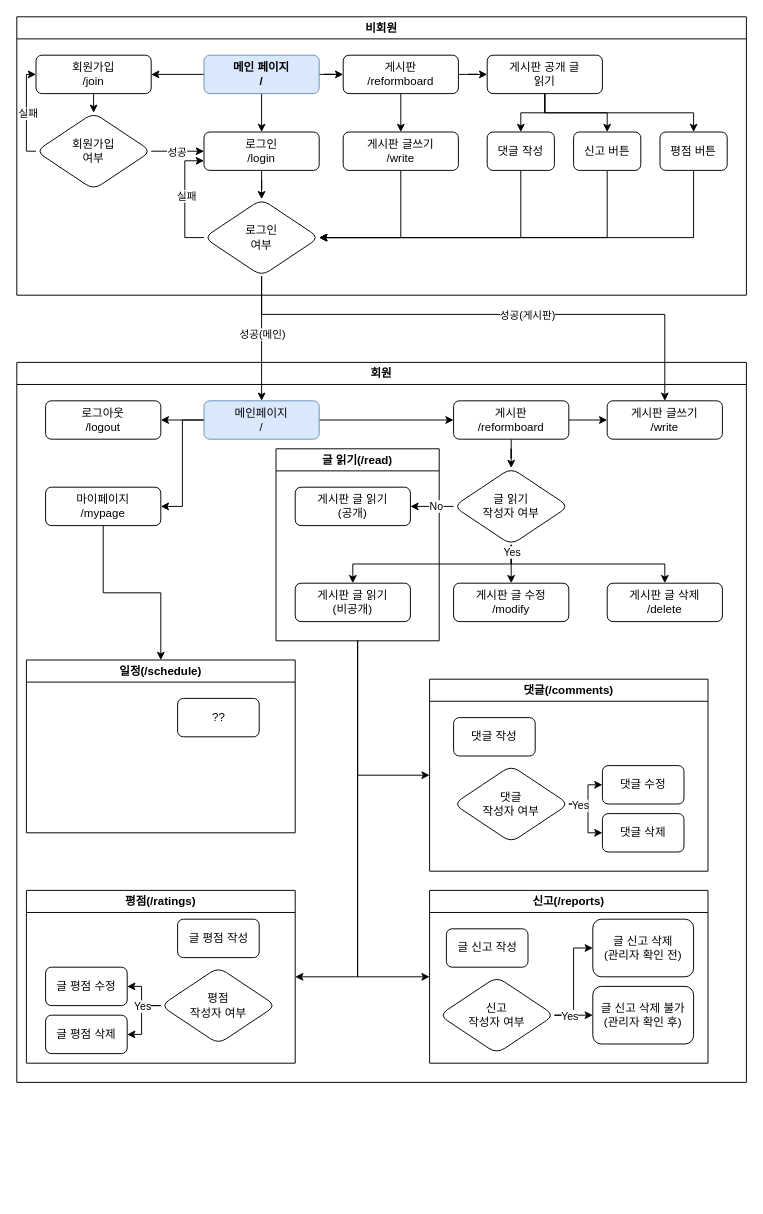
Earlier version of the draw.io diagram Diagram.drawio (SJC-s/CanReform). Source tidied: cells renumbered, new cells numbered last; positions are measured from the earlier drawing's top-left corner, leaving out a move shared by most shapes. Both pictures are drawn from the tidied source at 96%, with x=0, y=0 at pixel (16, 16).
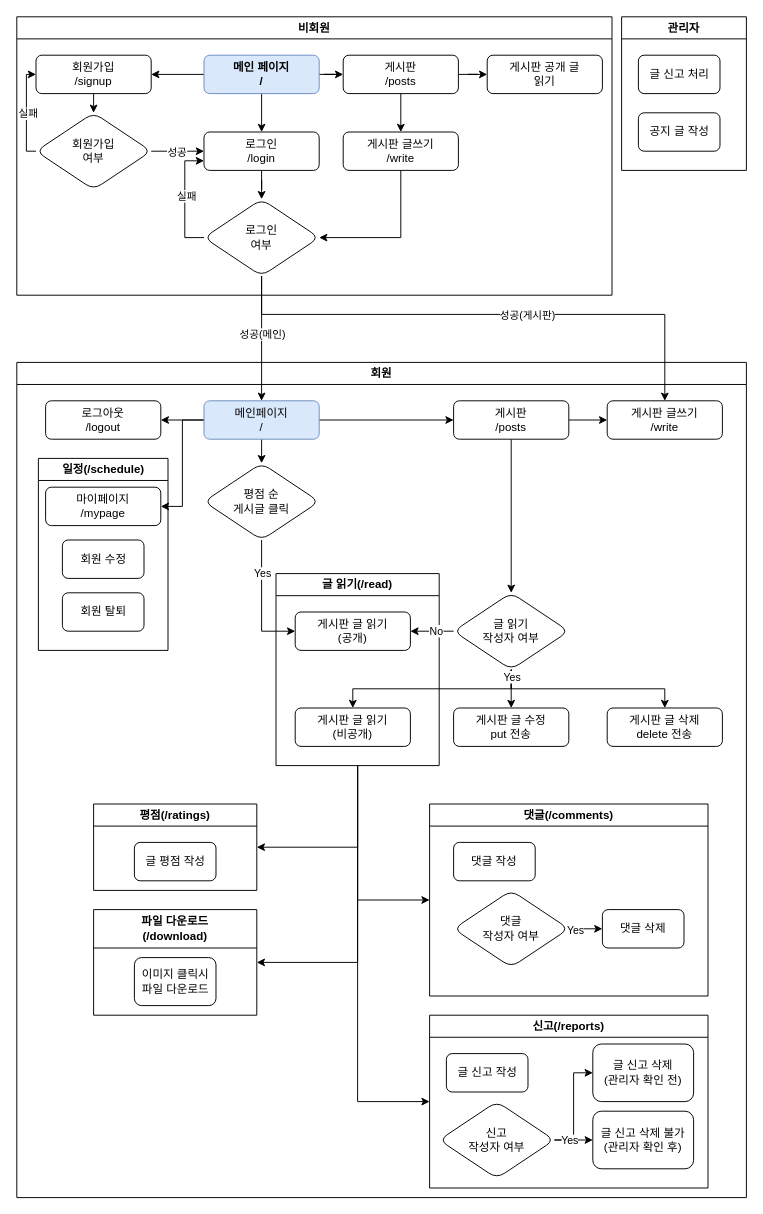
After the change.

Unchanged cells that the change refers to:
```xml
<mxCell id="12" value="로그인&lt;div&gt;여부&lt;/div&gt;" style="rhombus;whiteSpace=wrap;html=1;rounded=1;glass=0;strokeWidth=1;shadow=0;" parent="2" vertex="1">
  <mxGeometry x="195" y="190" width="120" height="80" as="geometry" />
</mxCell>
<mxCell id="27" value="게시판 공개&amp;nbsp;&lt;span style=&quot;background-color: initial;&quot;&gt;글&lt;/span&gt;&lt;div&gt;&lt;span style=&quot;background-color: initial;&quot;&gt;읽기&lt;/span&gt;&lt;/div&gt;" style="whiteSpace=wrap;html=1;rounded=1;glass=0;strokeWidth=1;shadow=0;" parent="2" vertex="1">
  <mxGeometry x="490" y="40" width="120" height="40" as="geometry" />
</mxCell>
<mxCell id="44" value="메인페이지&lt;div&gt;/&lt;/div&gt;" style="rounded=1;whiteSpace=wrap;html=1;fontSize=12;glass=0;strokeWidth=1;shadow=0;fillColor=#dae8fc;strokeColor=#6c8ebf;" parent="34" vertex="1">
  <mxGeometry x="195" y="40" width="120" height="40" as="geometry" />
</mxCell>
<mxCell id="60" value="마이페이지&lt;div&gt;/mypage&lt;/div&gt;" style="whiteSpace=wrap;html=1;rounded=1;glass=0;strokeWidth=1;shadow=0;" parent="34" vertex="1">
  <mxGeometry x="30" y="130" width="120" height="40" as="geometry" />
</mxCell>
<mxCell id="68" value="댓글&lt;div&gt;작성자 여부&lt;/div&gt;" style="rhombus;whiteSpace=wrap;html=1;rounded=1;glass=0;strokeWidth=1;shadow=0;" parent="61" vertex="1">
  <mxGeometry x="25" y="90" width="120" height="80" as="geometry" />
</mxCell>
```

What changed in the source:
```diff
@@
     <mxCell id="2" value="비회원" style="swimlane;whiteSpace=wrap;html=1;" parent="1" vertex="1">
-      <mxGeometry width="760" height="290" as="geometry" />
+      <mxGeometry width="620" height="290" as="geometry" />
     </mxCell>
@@
-    <mxCell id="9" value="게시판&lt;div&gt;/reformboard&lt;/div&gt;" style="whiteSpace=wrap;html=1;rounded=1;glass=0;strokeWidth=1;shadow=0;" parent="2" vertex="1">
+    <mxCell id="9" value="게시판&lt;div&gt;/posts&lt;/div&gt;" style="whiteSpace=wrap;html=1;rounded=1;glass=0;strokeWidth=1;shadow=0;" parent="2" vertex="1">
       <mxGeometry x="340" y="40" width="120" height="40" as="geometry" />
     </mxCell>
@@
-    <mxCell id="16" value="회원가입&lt;div&gt;/join&lt;/div&gt;" style="rounded=1;whiteSpace=wrap;html=1;fontSize=12;glass=0;strokeWidth=1;shadow=0;" parent="2" vertex="1">
+    <mxCell id="16" value="회원가입&lt;div&gt;/signup&lt;/div&gt;" style="rounded=1;whiteSpace=wrap;html=1;fontSize=12;glass=0;strokeWidth=1;shadow=0;" parent="2" vertex="1">
       <mxGeometry x="20" y="40" width="120" height="40" as="geometry" />
     </mxCell>
@@
-    <mxCell id="24" style="edgeStyle=orthogonalEdgeStyle;rounded=0;jettySize=auto;html=1;" parent="2" edge="1" source="27" target="29">
-      <mxGeometry relative="1" as="geometry" />
-    </mxCell>
-    <mxCell id="25" style="edgeStyle=orthogonalEdgeStyle;rounded=0;jettySize=auto;html=1;" parent="2" edge="1" source="27" target="31">
-      <mxGeometry relative="1" as="geometry" />
-    </mxCell>
-    <mxCell id="26" style="edgeStyle=orthogonalEdgeStyle;rounded=0;jettySize=auto;html=1;exitX=0.5;exitY=1;exitDx=0;exitDy=0;entryX=0.5;entryY=0;entryDx=0;entryDy=0;" parent="2" edge="1" source="27" target="33">
-      <mxGeometry relative="1" as="geometry" />
-    </mxCell>
@@
-    <mxCell id="28" style="edgeStyle=orthogonalEdgeStyle;rounded=0;jettySize=auto;html=1;exitX=0.5;exitY=1;exitDx=0;exitDy=0;entryX=1;entryY=0.5;entryDx=0;entryDy=0;" parent="2" edge="1" source="29" target="12">
-      <mxGeometry relative="1" as="geometry" />
-    </mxCell>
-    <mxCell id="29" value="&lt;div&gt;댓글 작성&lt;/div&gt;" style="whiteSpace=wrap;html=1;rounded=1;glass=0;strokeWidth=1;shadow=0;" parent="2" vertex="1">
-      <mxGeometry x="490" y="120" width="70" height="40" as="geometry" />
-    </mxCell>
-    <mxCell id="30" style="edgeStyle=orthogonalEdgeStyle;rounded=0;jettySize=auto;html=1;exitX=0.5;exitY=1;exitDx=0;exitDy=0;entryX=1;entryY=0.5;entryDx=0;entryDy=0;" parent="2" edge="1" source="31" target="12">
-      <mxGeometry relative="1" as="geometry" />
-    </mxCell>
-    <mxCell id="31" value="&lt;div&gt;신고 버튼&lt;/div&gt;" style="whiteSpace=wrap;html=1;rounded=1;glass=0;strokeWidth=1;shadow=0;" parent="2" vertex="1">
-      <mxGeometry x="580" y="120" width="70" height="40" as="geometry" />
-    </mxCell>
-    <mxCell id="32" style="edgeStyle=orthogonalEdgeStyle;rounded=0;jettySize=auto;html=1;exitX=0.5;exitY=1;exitDx=0;exitDy=0;entryX=1;entryY=0.5;entryDx=0;entryDy=0;" parent="2" edge="1" source="33" target="12">
-      <mxGeometry relative="1" as="geometry" />
-    </mxCell>
-    <mxCell id="33" value="평점 버튼" style="whiteSpace=wrap;html=1;rounded=1;glass=0;strokeWidth=1;shadow=0;" parent="2" vertex="1">
-      <mxGeometry x="670" y="120" width="70" height="40" as="geometry" />
-    </mxCell>
     <mxCell id="34" value="회원" style="swimlane;whiteSpace=wrap;html=1;" parent="1" vertex="1">
-      <mxGeometry y="360" width="760" height="750" as="geometry" />
+      <mxGeometry y="360" width="760" height="870" as="geometry" />
     </mxCell>
@@
+    <mxCell id="91" style="edgeStyle=orthogonalEdgeStyle;rounded=0;jettySize=auto;html=1;exitX=0.5;exitY=1;exitDx=0;exitDy=0;entryX=1;entryY=0.5;entryDx=0;entryDy=0;" parent="34" edge="1" source="38" target="93">
+      <mxGeometry relative="1" as="geometry" />
+    </mxCell>
     <mxCell id="38" value="글 읽기(/read)" style="swimlane;whiteSpace=wrap;html=1;" parent="34" vertex="1">
-      <mxGeometry x="270" y="90" width="170" height="200" as="geometry" />
+      <mxGeometry x="270" y="220" width="170" height="200" as="geometry" />
     </mxCell>
@@
+    <mxCell id="92" style="edgeStyle=orthogonalEdgeStyle;rounded=0;jettySize=auto;html=1;exitX=0.5;exitY=1;exitDx=0;exitDy=0;entryX=0.5;entryY=0;entryDx=0;entryDy=0;" parent="34" edge="1" source="44" target="96">
+      <mxGeometry relative="1" as="geometry" />
+    </mxCell>
@@
-    <mxCell id="48" value="게시판&lt;div&gt;/reformboard&lt;/div&gt;" style="whiteSpace=wrap;html=1;rounded=1;glass=0;strokeWidth=1;shadow=0;" parent="34" vertex="1">
+    <mxCell id="48" value="게시판&lt;div&gt;/posts&lt;/div&gt;" style="whiteSpace=wrap;html=1;rounded=1;glass=0;strokeWidth=1;shadow=0;" parent="34" vertex="1">
       <mxGeometry x="455" y="40" width="120" height="40" as="geometry" />
     </mxCell>
@@
     <mxCell id="54" value="글 읽기&lt;div&gt;작성자 여부&lt;/div&gt;" style="rhombus;whiteSpace=wrap;html=1;rounded=1;glass=0;strokeWidth=1;shadow=0;" parent="34" vertex="1">
-      <mxGeometry x="455" y="110" width="120" height="80" as="geometry" />
+      <mxGeometry x="455" y="240" width="120" height="80" as="geometry" />
     </mxCell>
     <mxCell id="55" value="게시판 글 읽기&lt;div&gt;(공개)&lt;/div&gt;" style="whiteSpace=wrap;html=1;rounded=1;glass=0;strokeWidth=1;shadow=0;" parent="34" vertex="1">
-      <mxGeometry x="290" y="130" width="120" height="40" as="geometry" />
+      <mxGeometry x="290" y="260" width="120" height="40" as="geometry" />
     </mxCell>
     <mxCell id="56" value="게시판 글 읽기&lt;div&gt;(비공개)&lt;/div&gt;" style="whiteSpace=wrap;html=1;rounded=1;glass=0;strokeWidth=1;shadow=0;" parent="34" vertex="1">
-      <mxGeometry x="290" y="230" width="120" height="40" as="geometry" />
+      <mxGeometry x="290" y="360" width="120" height="40" as="geometry" />
     </mxCell>
-    <mxCell id="57" value="게시판 글 수정&lt;div&gt;/modify&lt;/div&gt;" style="whiteSpace=wrap;html=1;rounded=1;glass=0;strokeWidth=1;shadow=0;" parent="34" vertex="1">
-      <mxGeometry x="455" y="230" width="120" height="40" as="geometry" />
+    <mxCell id="57" value="게시판 글 수정&lt;div&gt;put 전송&lt;/div&gt;" style="whiteSpace=wrap;html=1;rounded=1;glass=0;strokeWidth=1;shadow=0;" parent="34" vertex="1">
+      <mxGeometry x="455" y="360" width="120" height="40" as="geometry" />
     </mxCell>
-    <mxCell id="58" value="게시판 글 삭제&lt;div&gt;/delete&lt;/div&gt;" style="whiteSpace=wrap;html=1;rounded=1;glass=0;strokeWidth=1;shadow=0;" parent="34" vertex="1">
-      <mxGeometry x="615" y="230" width="120" height="40" as="geometry" />
+    <mxCell id="58" value="게시판 글 삭제&lt;div&gt;delete 전송&lt;/div&gt;" style="whiteSpace=wrap;html=1;rounded=1;glass=0;strokeWidth=1;shadow=0;" parent="34" vertex="1">
+      <mxGeometry x="615" y="360" width="120" height="40" as="geometry" />
     </mxCell>
-    <mxCell id="59" style="edgeStyle=orthogonalEdgeStyle;rounded=0;jettySize=auto;html=1;exitX=0.5;exitY=1;exitDx=0;exitDy=0;entryX=0.5;entryY=0;entryDx=0;entryDy=0;" parent="34" edge="1" source="60" target="85">
-      <mxGeometry relative="1" as="geometry" />
-    </mxCell>
@@
     <mxCell id="61" value="댓글(/&lt;span style=&quot;background-color: initial;&quot;&gt;comments)&lt;/span&gt;" style="swimlane;whiteSpace=wrap;html=1;" parent="34" vertex="1">
-      <mxGeometry x="430" y="330" width="290" height="200" as="geometry" />
+      <mxGeometry x="430" y="460" width="290" height="200" as="geometry" />
     </mxCell>
@@
-    <mxCell id="63" value="댓글 수정" style="whiteSpace=wrap;html=1;rounded=1;glass=0;strokeWidth=1;shadow=0;" parent="61" vertex="1">
-      <mxGeometry x="180" y="90" width="85" height="40" as="geometry" />
-    </mxCell>
     <mxCell id="64" value="댓글 삭제" style="whiteSpace=wrap;html=1;rounded=1;glass=0;strokeWidth=1;shadow=0;" parent="61" vertex="1">
-      <mxGeometry x="180" y="140" width="85" height="40" as="geometry" />
+      <mxGeometry x="180" y="110" width="85" height="40" as="geometry" />
     </mxCell>
-    <mxCell id="65" style="edgeStyle=orthogonalEdgeStyle;rounded=0;jettySize=auto;html=1;exitX=1;exitY=0.5;exitDx=0;exitDy=0;entryX=0;entryY=0.5;entryDx=0;entryDy=0;" parent="61" edge="1" source="68" target="63">
-      <mxGeometry relative="1" as="geometry" />
-    </mxCell>
@@
     <mxCell id="69" value="평점(/ratings&lt;span style=&quot;background-color: initial;&quot;&gt;)&lt;/span&gt;" style="swimlane;whiteSpace=wrap;html=1;" parent="34" vertex="1">
-      <mxGeometry x="10" y="550" width="280" height="180" as="geometry" />
+      <mxGeometry x="80" y="460" width="170" height="90" as="geometry" />
     </mxCell>
     <mxCell id="70" value="글 평점 작성" style="whiteSpace=wrap;html=1;rounded=1;glass=0;strokeWidth=1;shadow=0;" parent="69" vertex="1">
-      <mxGeometry x="157.5" y="30" width="85" height="40" as="geometry" />
+      <mxGeometry x="42.5" y="40" width="85" height="40" as="geometry" />
     </mxCell>
-    <mxCell id="71" style="edgeStyle=orthogonalEdgeStyle;rounded=0;jettySize=auto;html=1;exitX=0;exitY=0.5;exitDx=0;exitDy=0;entryX=1;entryY=0.5;entryDx=0;entryDy=0;" parent="69" edge="1" source="74" target="75">
-      <mxGeometry relative="1" as="geometry" />
-    </mxCell>
-    <mxCell id="72" style="edgeStyle=orthogonalEdgeStyle;rounded=0;jettySize=auto;html=1;exitX=0;exitY=0.5;exitDx=0;exitDy=0;entryX=1;entryY=0.5;entryDx=0;entryDy=0;" parent="69" edge="1" source="74" target="76">
-      <mxGeometry relative="1" as="geometry" />
-    </mxCell>
-    <mxCell id="73" value="Yes" style="edgeLabel;html=1;align=center;verticalAlign=middle;" parent="72" vertex="1">
-      <mxGeometry x="-0.03" y="-2" relative="1" as="geometry">
-        <mxPoint x="2" y="-12" as="offset" />
-      </mxGeometry>
-    </mxCell>
-    <mxCell id="74" value="&lt;div&gt;평점&lt;/div&gt;&lt;div&gt;작성자 여부&lt;/div&gt;" style="rhombus;whiteSpace=wrap;html=1;rounded=1;glass=0;strokeWidth=1;shadow=0;" parent="69" vertex="1">
-      <mxGeometry x="140" y="80" width="120" height="80" as="geometry" />
-    </mxCell>
-    <mxCell id="75" value="글 평점 수정" style="whiteSpace=wrap;html=1;rounded=1;glass=0;strokeWidth=1;shadow=0;" parent="69" vertex="1">
-      <mxGeometry x="20" y="80" width="85" height="40" as="geometry" />
-    </mxCell>
-    <mxCell id="76" value="글 평점 삭제" style="whiteSpace=wrap;html=1;rounded=1;glass=0;strokeWidth=1;shadow=0;" parent="69" vertex="1">
-      <mxGeometry x="20" y="130" width="85" height="40" as="geometry" />
-    </mxCell>
     <mxCell id="77" value="신고(/reports&lt;span style=&quot;background-color: initial;&quot;&gt;)&lt;/span&gt;" style="swimlane;whiteSpace=wrap;html=1;" parent="34" vertex="1">
-      <mxGeometry x="430" y="550" width="290" height="180" as="geometry" />
+      <mxGeometry x="430" y="680" width="290" height="180" as="geometry" />
     </mxCell>
@@
+    <mxCell id="93" value="파일 다운로드&lt;div&gt;(/download&lt;span style=&quot;background-color: initial; --darkreader-inline-bgcolor: initial;&quot;&gt;)&lt;/span&gt;&lt;/div&gt;" style="swimlane;whiteSpace=wrap;html=1;startSize=40;" parent="34" vertex="1">
+      <mxGeometry x="80" y="570" width="170" height="110" as="geometry" />
+    </mxCell>
+    <mxCell id="94" value="이미지 클릭시 파일 다운로드" style="whiteSpace=wrap;html=1;rounded=1;glass=0;strokeWidth=1;shadow=0;" parent="93" vertex="1">
+      <mxGeometry x="42.5" y="50" width="85" height="50" as="geometry" />
+    </mxCell>
+    <mxCell id="95" style="edgeStyle=orthogonalEdgeStyle;rounded=0;jettySize=auto;html=1;exitX=0.5;exitY=1;exitDx=0;exitDy=0;entryX=0;entryY=0.5;entryDx=0;entryDy=0;" parent="34" edge="1" source="96" target="55">
+      <mxGeometry relative="1" as="geometry" />
+    </mxCell>
+    <mxCell id="73" value="Yes" style="edgeLabel;html=1;align=center;verticalAlign=middle;" parent="95" vertex="1">
+      <mxGeometry x="-0.48" relative="1" as="geometry" />
+    </mxCell>
+    <mxCell id="96" value="&lt;div&gt;평점 순&lt;/div&gt;&lt;div&gt;게시글 클릭&lt;/div&gt;" style="rhombus;whiteSpace=wrap;html=1;rounded=1;glass=0;strokeWidth=1;shadow=0;" parent="34" vertex="1">
+      <mxGeometry x="195" y="105" width="120" height="80" as="geometry" />
+    </mxCell>
     <mxCell id="85" value="일정(/schedule&lt;span style=&quot;background-color: initial;&quot;&gt;)&lt;/span&gt;" style="swimlane;whiteSpace=wrap;html=1;" parent="34" vertex="1">
-      <mxGeometry x="10" y="310" width="280" height="180" as="geometry" />
+      <mxGeometry x="22.5" y="100" width="135" height="200" as="geometry" />
     </mxCell>
-    <mxCell id="86" value="??" style="whiteSpace=wrap;html=1;rounded=1;glass=0;strokeWidth=1;shadow=0;" parent="85" vertex="1">
-      <mxGeometry x="157.5" y="40" width="85" height="40" as="geometry" />
-    </mxCell>
+    <mxCell id="97" value="회원 수정" style="whiteSpace=wrap;html=1;rounded=1;glass=0;strokeWidth=1;shadow=0;" parent="85" vertex="1">
+      <mxGeometry x="25" y="85" width="85" height="40" as="geometry" />
+    </mxCell>
+    <mxCell id="98" value="회원 탈퇴" style="whiteSpace=wrap;html=1;rounded=1;glass=0;strokeWidth=1;shadow=0;" parent="85" vertex="1">
+      <mxGeometry x="25" y="140" width="85" height="40" as="geometry" />
+    </mxCell>
@@
+    <mxCell id="99" value="관리자" style="swimlane;whiteSpace=wrap;html=1;" parent="1" vertex="1">
+      <mxGeometry x="630" width="130" height="160" as="geometry" />
+    </mxCell>
+    <mxCell id="100" value="글 신고 처리" style="whiteSpace=wrap;html=1;rounded=1;glass=0;strokeWidth=1;shadow=0;" parent="99" vertex="1">
+      <mxGeometry x="17.5" y="40" width="85" height="40" as="geometry" />
+    </mxCell>
+    <mxCell id="101" value="공지 글 작성" style="whiteSpace=wrap;html=1;rounded=1;glass=0;strokeWidth=1;shadow=0;" parent="99" vertex="1">
+      <mxGeometry x="17.5" y="100" width="85" height="40" as="geometry" />
+    </mxCell>
```
